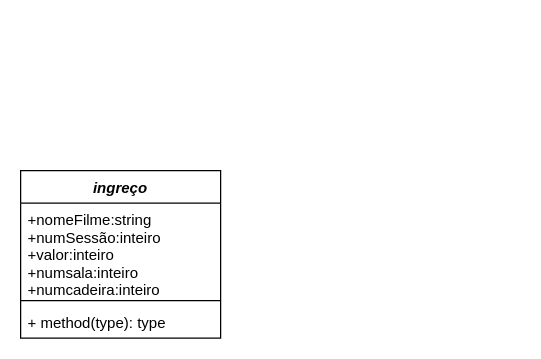
The draw.io diagram Untitled Diagram.drawio in LarissaRodrigues99/larissa, before the edit. Source tidied: cells renumbered, new cells numbered last; positions are measured from the earlier drawing's top-left corner, leaving out a move shared by most shapes. Both pictures are drawn from the tidied source at 125%, with x=0, y=0 at pixel (20, 170).
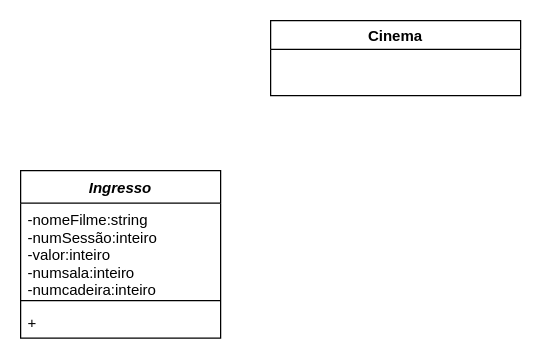
After the change.

Commit message:
Diagrama de classe-Cinema

Diff of the diagram source:
```diff
@@
 <mxGraphModel>
   <root>
     <mxCell id="0" />
     <mxCell id="1" parent="0" />
-    <mxCell id="2" value="ingreço" style="swimlane;fontStyle=3;align=center;verticalAlign=top;horizontal=1;startSize=26;" parent="1" vertex="1">
+    <mxCell id="2" value="Ingresso" style="swimlane;fontStyle=3;align=center;verticalAlign=top;horizontal=1;startSize=26;" parent="1" vertex="1">
       <mxGeometry width="160" height="134" as="geometry" />
     </mxCell>
-    <mxCell id="3" value="+nomeFilme:string&#10;+numSessão:inteiro&#10;+valor:inteiro&#10;+numsala:inteiro&#10;+numcadeira:inteiro" style="text;strokeColor=none;fillColor=none;align=left;verticalAlign=top;spacingLeft=4;spacingRight=4;overflow=hidden;" parent="2" vertex="1">
+    <mxCell id="3" value="-nomeFilme:string&#10;-numSessão:inteiro&#10;-valor:inteiro&#10;-numsala:inteiro&#10;-numcadeira:inteiro" style="text;strokeColor=none;fillColor=none;align=left;verticalAlign=top;spacingLeft=4;spacingRight=4;overflow=hidden;" parent="2" vertex="1">
       <mxGeometry y="26" width="160" height="74" as="geometry" />
     </mxCell>
     <mxCell id="4" style="line;strokeWidth=1;fillColor=none;align=left;verticalAlign=middle;spacingTop=-1;spacingLeft=3;spacingRight=3;labelPosition=right;" parent="2" vertex="1">
       <mxGeometry y="100" width="160" height="8" as="geometry" />
     </mxCell>
-    <mxCell id="5" value="+ method(type): type" style="text;strokeColor=none;fillColor=none;align=left;verticalAlign=top;spacingLeft=4;spacingRight=4;overflow=hidden;" parent="2" vertex="1">
+    <mxCell id="5" value="+" style="text;strokeColor=none;fillColor=none;align=left;verticalAlign=top;spacingLeft=4;spacingRight=4;overflow=hidden;" parent="2" vertex="1">
       <mxGeometry y="108" width="160" height="26" as="geometry" />
     </mxCell>
+    <mxCell id="6" value="Cinema" style="swimlane;" parent="1" vertex="1">
+      <mxGeometry x="200" y="-120" width="200" height="60" as="geometry" />
+    </mxCell>
   </root>
 </mxGraphModel>
```
